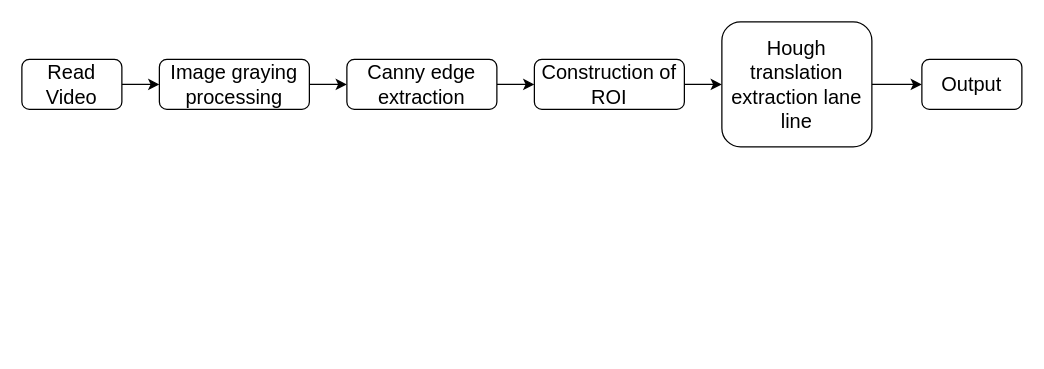
Earlier version of the draw.io diagram page "Page-3" (3 of 4) of Fibonacci.drawio (106210049/OOP_excercise). Source tidied: cells renumbered, new cells numbered last; positions are measured from the earlier drawing's top-left corner, leaving out a move shared by most shapes. Both pictures are drawn from the tidied source at 125%, with x=0, y=0 at pixel (21, 21).
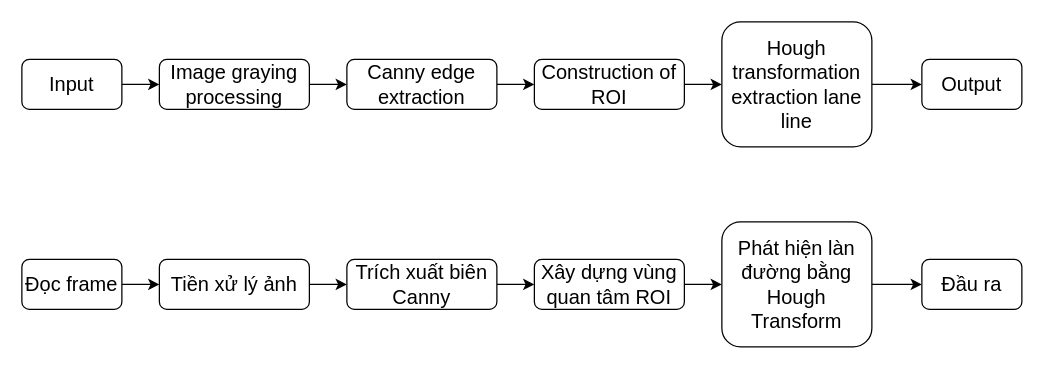
After the change.

Diff of the diagram source:
```diff
@@
-    <mxCell id="3" value="Read Video" style="rounded=1;whiteSpace=wrap;html=1;fontSize=16;" parent="1" vertex="1">
+    <mxCell id="3" value="Input" style="rounded=1;whiteSpace=wrap;html=1;fontSize=16;" parent="1" vertex="1">
       <mxGeometry y="30" width="80" height="40" as="geometry" />
     </mxCell>
@@
-    <mxCell id="9" value="Hough translation extraction lane line" style="rounded=1;whiteSpace=wrap;html=1;fontSize=16;" parent="1" vertex="1">
+    <mxCell id="9" value="Hough transformation extraction lane line" style="rounded=1;whiteSpace=wrap;html=1;fontSize=16;" parent="1" vertex="1">
       <mxGeometry x="560" width="120" height="100" as="geometry" />
     </mxCell>
@@
+    <mxCell id="13" style="edgeStyle=orthogonalEdgeStyle;rounded=0;jettySize=auto;html=1;exitX=1;exitY=0.5;exitDx=0;exitDy=0;entryX=0;entryY=0.5;entryDx=0;entryDy=0;fontSize=16;" parent="1" edge="1" source="14" target="16">
+      <mxGeometry relative="1" as="geometry" />
+    </mxCell>
+    <mxCell id="14" value="Đọc frame" style="rounded=1;whiteSpace=wrap;html=1;fontSize=16;" parent="1" vertex="1">
+      <mxGeometry y="190" width="80" height="40" as="geometry" />
+    </mxCell>
+    <mxCell id="15" style="edgeStyle=orthogonalEdgeStyle;rounded=0;jettySize=auto;html=1;" parent="1" edge="1" source="16" target="18">
+      <mxGeometry relative="1" as="geometry" />
+    </mxCell>
+    <mxCell id="16" value="Tiền xử lý ảnh" style="rounded=1;whiteSpace=wrap;html=1;fontSize=16;" parent="1" vertex="1">
+      <mxGeometry x="110" y="190" width="120" height="40" as="geometry" />
+    </mxCell>
+    <mxCell id="17" style="edgeStyle=orthogonalEdgeStyle;rounded=0;jettySize=auto;html=1;" parent="1" edge="1" source="18" target="22">
+      <mxGeometry relative="1" as="geometry" />
+    </mxCell>
+    <mxCell id="18" value="Trích xuất biên Canny" style="rounded=1;whiteSpace=wrap;html=1;fontSize=16;" parent="1" vertex="1">
+      <mxGeometry x="260" y="190" width="120" height="40" as="geometry" />
+    </mxCell>
+    <mxCell id="19" style="edgeStyle=orthogonalEdgeStyle;rounded=0;jettySize=auto;html=1;" parent="1" edge="1" source="20" target="23">
+      <mxGeometry relative="1" as="geometry" />
+    </mxCell>
+    <mxCell id="20" value="Phát hiện làn đường bằng Hough Transform" style="rounded=1;whiteSpace=wrap;html=1;fontSize=16;" parent="1" vertex="1">
+      <mxGeometry x="560" y="160" width="120" height="100" as="geometry" />
+    </mxCell>
+    <mxCell id="21" style="edgeStyle=orthogonalEdgeStyle;rounded=0;jettySize=auto;html=1;" parent="1" edge="1" source="22" target="20">
+      <mxGeometry relative="1" as="geometry" />
+    </mxCell>
+    <mxCell id="22" value="Xây dựng vùng quan tâm ROI" style="rounded=1;whiteSpace=wrap;html=1;fontSize=16;" parent="1" vertex="1">
+      <mxGeometry x="410" y="190" width="120" height="40" as="geometry" />
+    </mxCell>
+    <mxCell id="23" value="Đầu ra" style="rounded=1;whiteSpace=wrap;html=1;fontSize=16;" parent="1" vertex="1">
+      <mxGeometry x="720" y="190" width="80" height="40" as="geometry" />
+    </mxCell>
```
